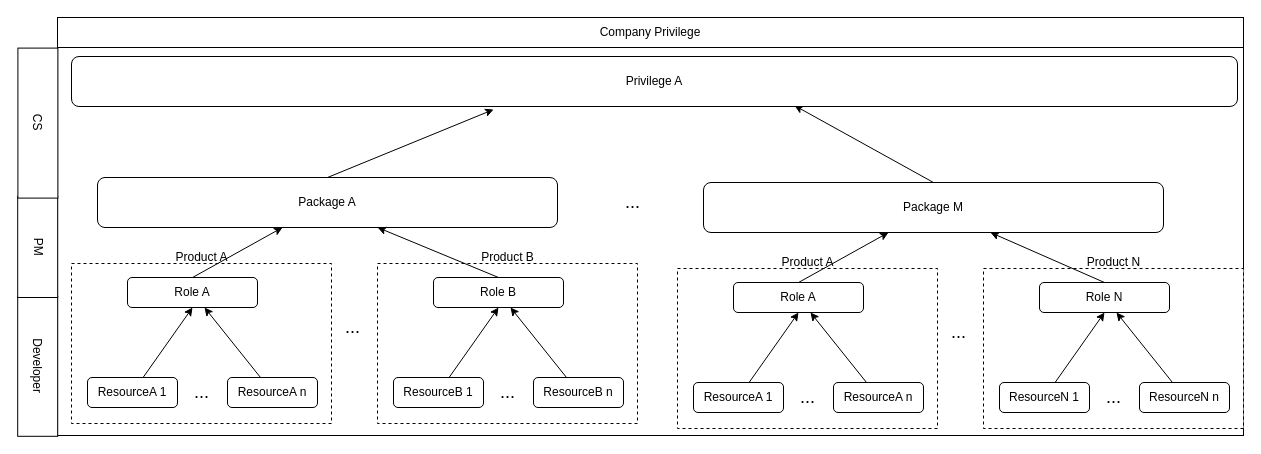
The draw.io diagram Privilege Bussines Layer.drawio in yindongjun/gangzhang.github.io, before the edit. Source tidied: cells renumbered, new cells numbered last; positions are measured from the earlier drawing's top-left corner, leaving out a move shared by most shapes. Both pictures are drawn from the tidied source at 100%, with x=0, y=0 at pixel (-38, 17).
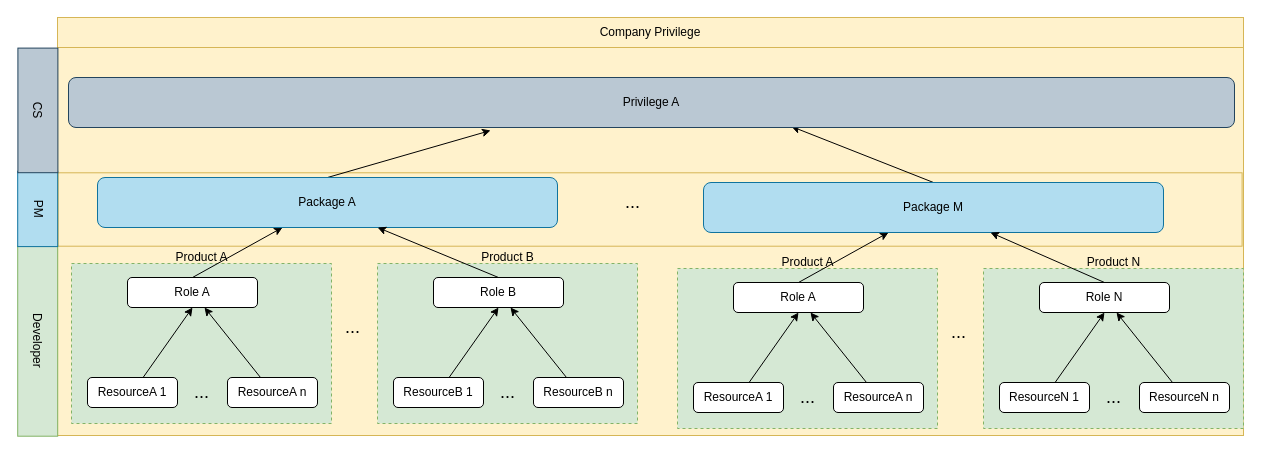
After the change.

Change to the diagram source:
```diff
@@
-    <mxCell id="2" style="rounded=0;whiteSpace=wrap;html=1;" parent="1" vertex="1">
+    <mxCell id="2" style="rounded=0;whiteSpace=wrap;html=1;fillColor=#fff2cc;strokeColor=#d6b656;" parent="1" vertex="1">
       <mxGeometry x="95" y="30" width="1186" height="388" as="geometry" />
     </mxCell>
+    <mxCell id="52" style="rounded=0;whiteSpace=wrap;html=1;rotation=90;fillColor=#fff2cc;strokeColor=#d6b656;" parent="1" vertex="1">
+      <mxGeometry x="650.9" y="-400" width="73.4" height="1184" as="geometry" />
+    </mxCell>
-    <mxCell id="3" style="rounded=0;whiteSpace=wrap;html=1;dashed=1;" parent="1" vertex="1">
+    <mxCell id="3" style="rounded=0;whiteSpace=wrap;html=1;dashed=1;fillColor=#d5e8d4;strokeColor=#82b366;" parent="1" vertex="1">
       <mxGeometry x="109" y="246" width="260" height="160" as="geometry" />
     </mxCell>
@@
-    <mxCell id="9" value="Package A" style="rounded=1;whiteSpace=wrap;html=1;" parent="1" vertex="1">
+    <mxCell id="9" value="Package A" style="rounded=1;whiteSpace=wrap;html=1;fillColor=#b1ddf0;strokeColor=#10739e;" parent="1" vertex="1">
       <mxGeometry x="135" y="160" width="460" height="50" as="geometry" />
     </mxCell>
@@
-    <mxCell id="15" style="rounded=0;whiteSpace=wrap;html=1;dashed=1;" parent="1" vertex="1">
+    <mxCell id="15" style="rounded=0;whiteSpace=wrap;html=1;dashed=1;fillColor=#d5e8d4;strokeColor=#82b366;" parent="1" vertex="1">
       <mxGeometry x="415" y="246" width="260" height="160" as="geometry" />
     </mxCell>
@@
-    <mxCell id="25" style="rounded=0;whiteSpace=wrap;html=1;dashed=1;" parent="1" vertex="1">
+    <mxCell id="25" style="rounded=0;whiteSpace=wrap;html=1;dashed=1;fillColor=#d5e8d4;strokeColor=#82b366;" parent="1" vertex="1">
       <mxGeometry x="715" y="251" width="260" height="160" as="geometry" />
     </mxCell>
@@
-    <mxCell id="31" value="Package M" style="rounded=1;whiteSpace=wrap;html=1;" parent="1" vertex="1">
+    <mxCell id="31" value="Package M" style="rounded=1;whiteSpace=wrap;html=1;fillColor=#b1ddf0;strokeColor=#10739e;" parent="1" vertex="1">
       <mxGeometry x="741" y="165" width="460" height="50" as="geometry" />
     </mxCell>
@@
-    <mxCell id="37" style="rounded=0;whiteSpace=wrap;html=1;dashed=1;" parent="1" vertex="1">
+    <mxCell id="37" style="rounded=0;whiteSpace=wrap;html=1;dashed=1;fillColor=#d5e8d4;strokeColor=#82b366;" parent="1" vertex="1">
       <mxGeometry x="1021" y="251" width="260" height="160" as="geometry" />
     </mxCell>
@@
-    <mxCell id="46" value="Privilege A" style="rounded=1;whiteSpace=wrap;html=1;" parent="1" vertex="1">
-      <mxGeometry x="109" y="39" width="1166" height="50" as="geometry" />
+    <mxCell id="46" value="Privilege A" style="rounded=1;whiteSpace=wrap;html=1;fillColor=#bac8d3;strokeColor=#23445d;" parent="1" vertex="1">
+      <mxGeometry x="106" y="60" width="1166" height="50" as="geometry" />
     </mxCell>
-    <mxCell id="47" value="Developer" style="rounded=0;whiteSpace=wrap;html=1;rotation=90;" parent="1" vertex="1">
-      <mxGeometry x="5.2" y="328.8" width="140" height="40" as="geometry" />
+    <mxCell id="47" value="Developer" style="rounded=0;whiteSpace=wrap;html=1;rotation=90;fillColor=#d5e8d4;strokeColor=#82b366;" parent="1" vertex="1">
+      <mxGeometry x="-19.9" y="303.6" width="190.2" height="40" as="geometry" />
     </mxCell>
@@
-    <mxCell id="49" value="Company Privilege" style="rounded=0;whiteSpace=wrap;html=1;" parent="1" vertex="1">
+    <mxCell id="49" value="Company Privilege" style="rounded=0;whiteSpace=wrap;html=1;fillColor=#fff2cc;strokeColor=#d6b656;" parent="1" vertex="1">
       <mxGeometry x="95" width="1186" height="30" as="geometry" />
     </mxCell>
-    <mxCell id="50" value="PM" style="rounded=0;whiteSpace=wrap;html=1;rotation=90;" parent="1" vertex="1">
-      <mxGeometry x="24.6" y="209.4" width="101.2" height="40" as="geometry" />
+    <mxCell id="50" value="PM" style="rounded=0;whiteSpace=wrap;html=1;rotation=90;fillColor=#b1ddf0;strokeColor=#10739e;" parent="1" vertex="1">
+      <mxGeometry x="37.5" y="171.4" width="75.4" height="40" as="geometry" />
     </mxCell>
-    <mxCell id="51" value="CS" style="rounded=0;whiteSpace=wrap;html=1;rotation=90;" parent="1" vertex="1">
-      <mxGeometry x="0.4" y="85.6" width="150" height="40" as="geometry" />
+    <mxCell id="51" value="CS" style="rounded=0;whiteSpace=wrap;html=1;rotation=90;fillColor=#bac8d3;strokeColor=#23445d;" parent="1" vertex="1">
+      <mxGeometry x="13.1" y="72.9" width="124.6" height="40" as="geometry" />
     </mxCell>
```
